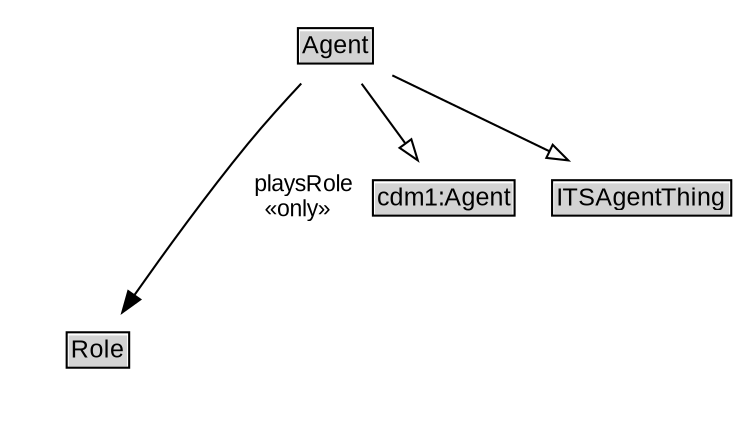
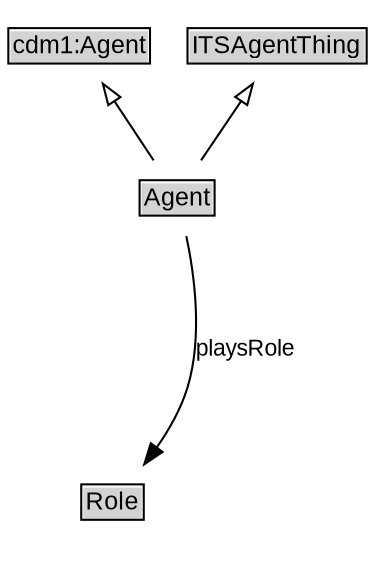
// Diagram for Agent
digraph {
	graph [overlap=false rankdir=TB splines=true]
	node [fontname=Arial fontsize=12 margin=0 shape=none]
	edge [fontname=Arial fontsize=11]
+ 	{
+ 		rank=source
+ 		cdm1_Agent [label=<<TABLE BORDER="1" CELLBORDER="0" CELLSPACING="0" CELLPADDING="1"><TR><TD BGCOLOR="lightgray" ALIGN="CENTER">cdm1:Agent</TD></TR></TABLE>> URL="https://w3id.org/citydata/part1/v1/Agent" margin=0]
+ 		ITSAgentThing [label=<<TABLE BORDER="1" CELLBORDER="0" CELLSPACING="0" CELLPADDING="1"><TR><TD BGCOLOR="lightgray" ALIGN="CENTER">ITSAgentThing</TD></TR></TABLE>> URL="../ITSAgentThing" margin=0]
+ 	}
	Agent [label=<<TABLE BORDER="1" CELLBORDER="0" CELLSPACING="0" CELLPADDING="1"><TR><TD BGCOLOR="lightgray" ALIGN="CENTER">Agent</TD></TR></TABLE>> URL="../Agent" margin=0]
	{
		rank=max
	}
	subgraph cluster_associated {
		label="" style=invis
		Invis [label=<<TABLE BORDER="0" CELLBORDER="0" CELLSPACING="0" CELLPADDING="1"><TR><TD></TD></TR></TABLE>> margin=0 style=invis]
		Role [label=<<TABLE BORDER="1" CELLBORDER="0" CELLSPACING="0" CELLPADDING="1"><TR><TD BGCOLOR="lightgray" ALIGN="CENTER">Role</TD></TR></TABLE>> URL="../Role" margin=0]
	}
- 	cdm1_Agent [label=<<TABLE BORDER="1" CELLBORDER="0" CELLSPACING="0" CELLPADDING="1"><TR><TD BGCOLOR="lightgray" ALIGN="CENTER">cdm1:Agent</TD></TR></TABLE>> URL="https://w3id.org/citydata/part1/v1/Agent" margin=0]
	Agent -> cdm1_Agent [arrowhead=onormal style=solid]
- 	ITSAgentThing [label=<<TABLE BORDER="1" CELLBORDER="0" CELLSPACING="0" CELLPADDING="1"><TR><TD BGCOLOR="lightgray" ALIGN="CENTER">ITSAgentThing</TD></TR></TABLE>> URL="../ITSAgentThing" margin=0]
	Agent -> ITSAgentThing [arrowhead=onormal style=solid]
	Agent -> Invis [style=invis]
	Invis -> Role [style=invis]
- 	Agent -> Role [label=" playsRole
-  «only»  " arrowhead=normal style=solid]
+ 	Role [label=<<TABLE BORDER="1" CELLBORDER="0" CELLSPACING="0" CELLPADDING="1"><TR><TD BGCOLOR="lightgray" ALIGN="CENTER">Role</TD></TR></TABLE>> URL="../Role" margin=0]
+ 	Agent -> Role [label=playsRole arrowhead=normal style=solid]
}
